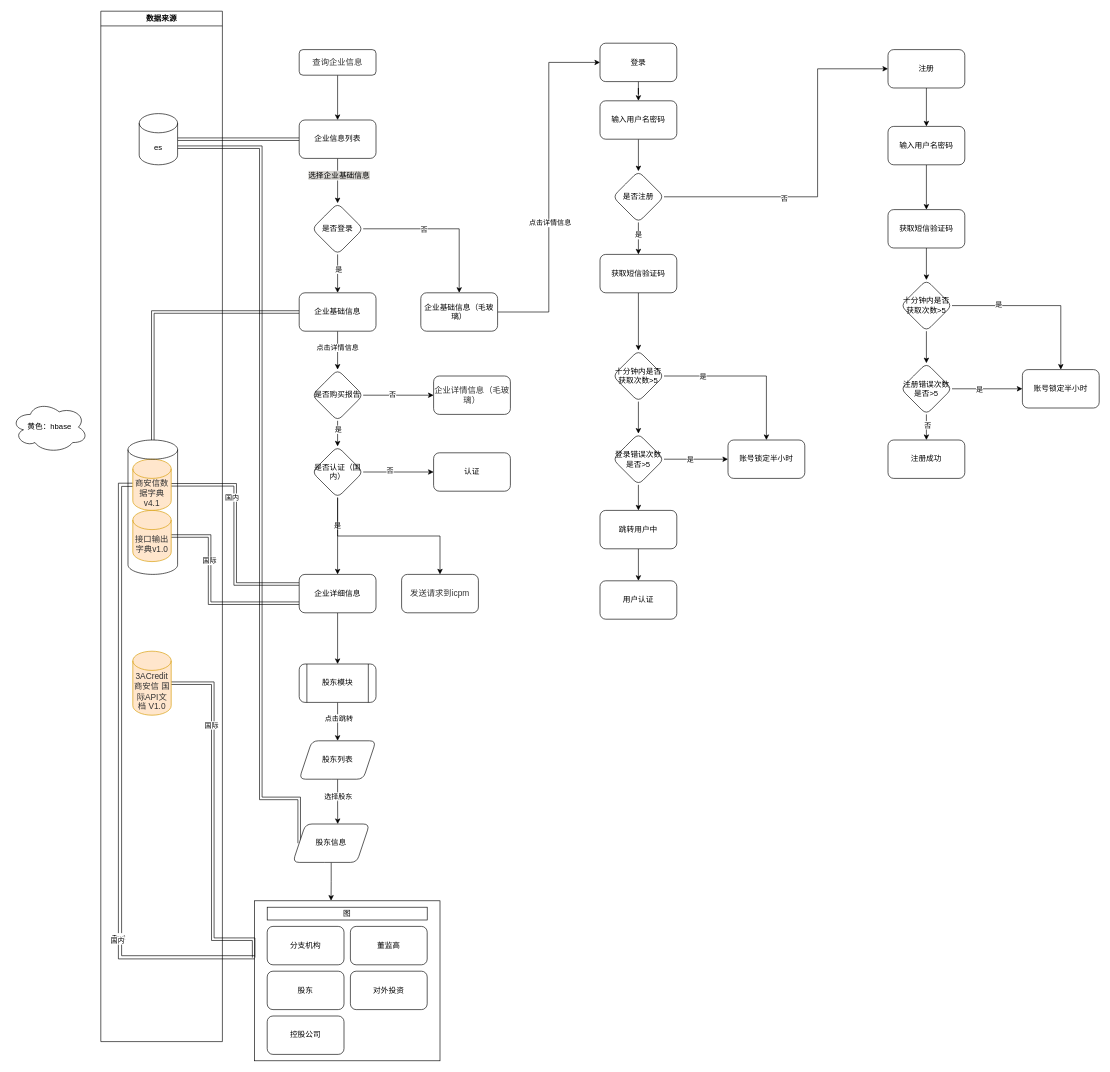
This is 全球鹰.drawio from lq460541033/draw_dev, a draw.io file, before an edit. Source tidied: cells renumbered, new cells numbered last; positions are measured from the earlier drawing's top-left corner, leaving out a move shared by most shapes. Both pictures are drawn from the tidied source at 64%, with x=0, y=0 at pixel (11, 11).
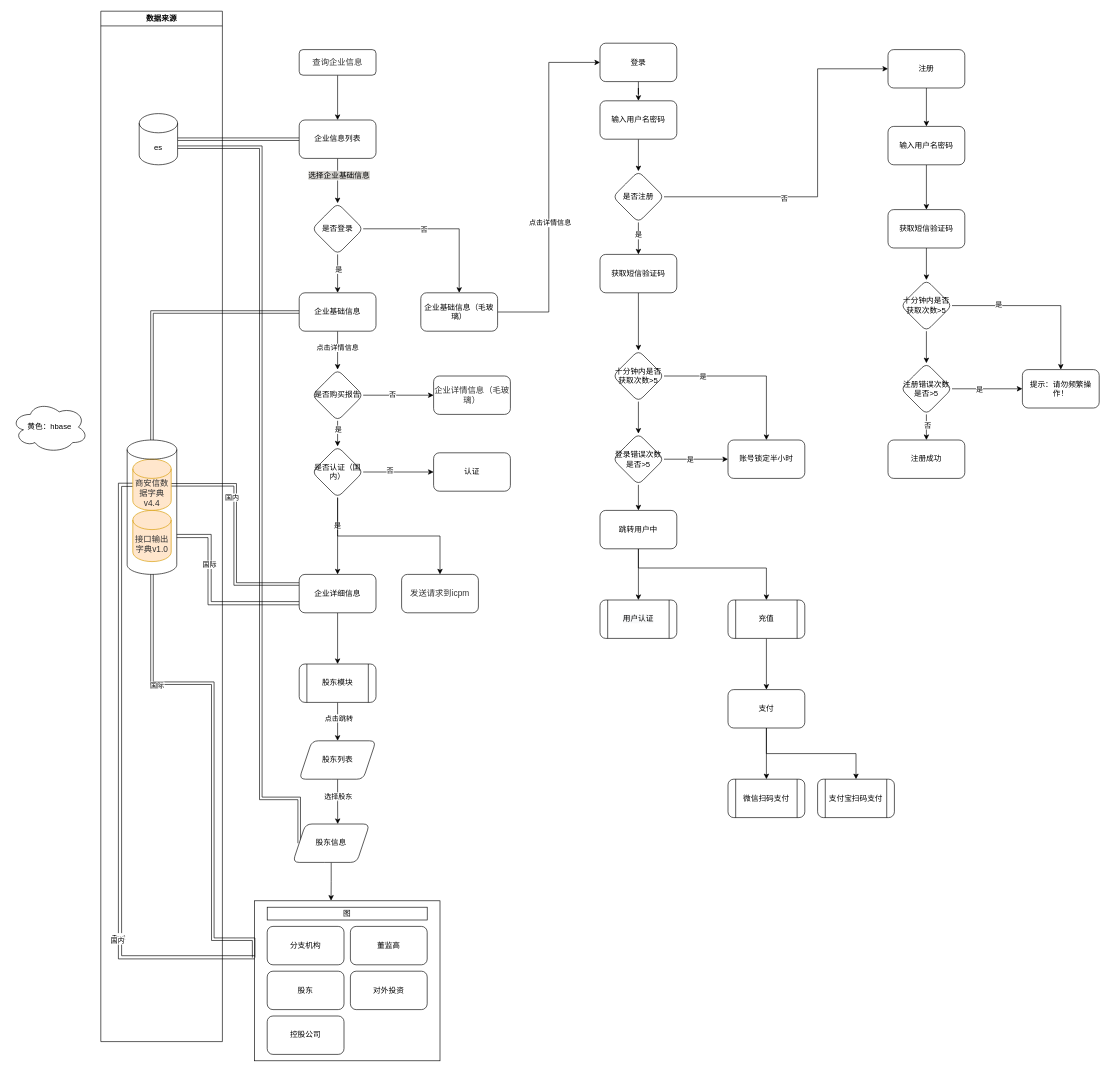
The same page after the edit.

Unchanged cells that the change refers to:
```xml
<mxCell id="28" value="企业详细信息" style="whiteSpace=wrap;html=1;rounded=1;" parent="1" vertex="1">
  <mxGeometry x="450" y="880" width="120" height="60" as="geometry" />
</mxCell>
<mxCell id="47" style="rounded=0;whiteSpace=wrap;html=1;textOpacity=0;labelPosition=left;verticalLabelPosition=top;align=right;verticalAlign=bottom;fillColor=none;" parent="1" vertex="1">
  <mxGeometry x="380" y="1390" width="290" height="250" as="geometry" />
</mxCell>
<mxCell id="49" value="数据来源" style="swimlane;" parent="1" vertex="1">
  <mxGeometry x="140" width="190" height="1610" as="geometry" />
</mxCell>
<mxCell id="52" value="&lt;span style=&quot;color: rgb(50 , 50 , 50) ; font-size: 13px ; background-color: rgba(255 , 255 , 255 , 0.01)&quot;&gt;接口输出字典v1.0&lt;/span&gt;" style="shape=cylinder3;whiteSpace=wrap;html=1;boundedLbl=1;backgroundOutline=1;size=15;fillColor=#ffe6cc;strokeColor=#d79b00;" parent="49" vertex="1">
  <mxGeometry x="50" y="780" width="60" height="80" as="geometry" />
</mxCell>
<mxCell id="75" value="跳转用户中" style="whiteSpace=wrap;html=1;rounded=1;" parent="1" vertex="1">
  <mxGeometry x="920" y="780" width="120" height="60" as="geometry" />
</mxCell>
```

The edit, as a diff of the source:
```diff
@@
-    <mxCell id="24" style="edgeStyle=orthogonalEdgeStyle;shape=link;rounded=0;jettySize=auto;html=1;exitX=0;exitY=0.75;exitDx=0;exitDy=0;entryX=1;entryY=0.5;entryDx=0;entryDy=0;entryPerimeter=0;" parent="1" edge="1" source="28" target="52">
+    <mxCell id="24" style="edgeStyle=orthogonalEdgeStyle;shape=link;rounded=0;jettySize=auto;html=1;exitX=0;exitY=0.75;exitDx=0;exitDy=0;width=5;entryX=1;entryY=0;entryDx=0;entryDy=150;entryPerimeter=0;" parent="1" edge="1" source="28" target="54">
       <mxGeometry relative="1" as="geometry">
         <Array as="points">
           <mxPoint x="310" y="925" />
           <mxPoint x="310" y="820" />
         </Array>
       </mxGeometry>
     </mxCell>
@@
-    <mxCell id="34" style="edgeStyle=orthogonalEdgeStyle;shape=link;rounded=0;jettySize=auto;html=1;entryX=1;entryY=0.5;entryDx=0;entryDy=0;entryPerimeter=0;exitX=-0.004;exitY=0.355;exitDx=0;exitDy=0;exitPerimeter=0;" parent="1" edge="1" source="47" target="53">
+    <mxCell id="34" style="edgeStyle=orthogonalEdgeStyle;shape=link;rounded=0;jettySize=auto;html=1;exitX=-0.004;exitY=0.355;exitDx=0;exitDy=0;exitPerimeter=0;" parent="1" edge="1" source="47" target="54">
       <mxGeometry relative="1" as="geometry">
         <Array as="points">
+          <mxPoint x="379" y="1450" />
           <mxPoint x="315" y="1450" />
           <mxPoint x="315" y="1050" />
+          <mxPoint x="220" y="1050" />
         </Array>
       </mxGeometry>
     </mxCell>
@@
-    <mxCell id="51" value="&lt;span style=&quot;color: rgb(50 , 50 , 50) ; font-size: 13px ; background-color: rgba(255 , 255 , 255 , 0.01)&quot;&gt;商安信数据字典v4.1&lt;/span&gt;" style="shape=cylinder3;whiteSpace=wrap;html=1;boundedLbl=1;backgroundOutline=1;size=15;fillColor=#ffe6cc;strokeColor=#d79b00;" parent="49" vertex="1">
+    <mxCell id="51" value="&lt;span style=&quot;color: rgb(50 , 50 , 50) ; font-size: 13px ; background-color: rgba(255 , 255 , 255 , 0.01)&quot;&gt;商安信数据字典v4.4&lt;/span&gt;" style="shape=cylinder3;whiteSpace=wrap;html=1;boundedLbl=1;backgroundOutline=1;size=15;fillColor=#ffe6cc;strokeColor=#d79b00;" parent="49" vertex="1">
       <mxGeometry x="50" y="700" width="60" height="80" as="geometry" />
     </mxCell>
@@
-    <mxCell id="53" value="&lt;span style=&quot;color: rgb(50 , 50 , 50) ; font-size: 13px ; background-color: rgba(255 , 255 , 255 , 0.01)&quot;&gt;3ACredit商安信 国际API文档 V1.0&lt;/span&gt;" style="shape=cylinder3;whiteSpace=wrap;html=1;boundedLbl=1;backgroundOutline=1;size=15;fillColor=#ffe6cc;strokeColor=#d79b00;" parent="49" vertex="1">
-      <mxGeometry x="50" y="1000" width="60" height="100" as="geometry" />
-    </mxCell>
     <mxCell id="54" style="shape=cylinder3;whiteSpace=wrap;html=1;boundedLbl=1;backgroundOutline=1;size=15;fillColor=none;" parent="49" vertex="1">
-      <mxGeometry x="42.5" y="670" width="77.5" height="210" as="geometry" />
+      <mxGeometry x="41.2" y="670" width="77.5" height="210" as="geometry" />
     </mxCell>
@@
+    <mxCell id="108" style="edgeStyle=orthogonalEdgeStyle;rounded=0;jettySize=auto;html=1;" parent="1" edge="1" source="75" target="110">
+      <mxGeometry relative="1" as="geometry">
+        <Array as="points">
+          <mxPoint x="980" y="870" />
+          <mxPoint x="1180" y="870" />
+        </Array>
+      </mxGeometry>
+    </mxCell>
@@
-    <mxCell id="76" value="用户认证" style="whiteSpace=wrap;html=1;rounded=1;" parent="1" vertex="1">
-      <mxGeometry x="920" y="890" width="120" height="60" as="geometry" />
-    </mxCell>
@@
-    <mxCell id="100" value="账号锁定半小时" style="whiteSpace=wrap;html=1;rounded=1;" parent="1" vertex="1">
+    <mxCell id="100" value="提示：请勿频繁操作！" style="whiteSpace=wrap;html=1;rounded=1;" parent="1" vertex="1">
       <mxGeometry x="1580" y="560" width="120" height="60" as="geometry" />
     </mxCell>
@@
+    <mxCell id="76" value="&#10;&#10;&lt;span style=&quot;color: rgb(0, 0, 0); font-family: helvetica; font-size: 12px; font-style: normal; font-weight: 400; letter-spacing: normal; text-align: center; text-indent: 0px; text-transform: none; word-spacing: 0px; background-color: rgb(248, 249, 250); display: inline; float: none;&quot;&gt;用户认证&lt;/span&gt;&#10;&#10;" style="shape=process;whiteSpace=wrap;html=1;backgroundOutline=1;rounded=1;" parent="1" vertex="1">
+      <mxGeometry x="920" y="920" width="120" height="60" as="geometry" />
+    </mxCell>
+    <mxCell id="109" style="edgeStyle=orthogonalEdgeStyle;rounded=0;jettySize=auto;html=1;" parent="1" edge="1" source="110" target="113">
+      <mxGeometry relative="1" as="geometry" />
+    </mxCell>
+    <mxCell id="110" value="充值" style="shape=process;whiteSpace=wrap;html=1;backgroundOutline=1;rounded=1;" parent="1" vertex="1">
+      <mxGeometry x="1120" y="920" width="120" height="60" as="geometry" />
+    </mxCell>
+    <mxCell id="111" style="edgeStyle=orthogonalEdgeStyle;rounded=0;jettySize=auto;html=1;" parent="1" edge="1" source="113" target="114">
+      <mxGeometry relative="1" as="geometry" />
+    </mxCell>
+    <mxCell id="112" style="edgeStyle=orthogonalEdgeStyle;rounded=0;jettySize=auto;html=1;" parent="1" edge="1" source="113" target="115">
+      <mxGeometry relative="1" as="geometry">
+        <Array as="points">
+          <mxPoint x="1180" y="1160" />
+          <mxPoint x="1320" y="1160" />
+        </Array>
+      </mxGeometry>
+    </mxCell>
+    <mxCell id="113" value="支付" style="whiteSpace=wrap;html=1;rounded=1;" parent="1" vertex="1">
+      <mxGeometry x="1120" y="1060" width="120" height="60" as="geometry" />
+    </mxCell>
+    <mxCell id="114" value="微信扫码支付" style="shape=process;whiteSpace=wrap;html=1;backgroundOutline=1;rounded=1;" parent="1" vertex="1">
+      <mxGeometry x="1120" y="1200" width="120" height="60" as="geometry" />
+    </mxCell>
+    <mxCell id="115" value="支付宝扫码支付" style="shape=process;whiteSpace=wrap;html=1;backgroundOutline=1;rounded=1;" parent="1" vertex="1">
+      <mxGeometry x="1260" y="1200" width="120" height="60" as="geometry" />
+    </mxCell>
```
